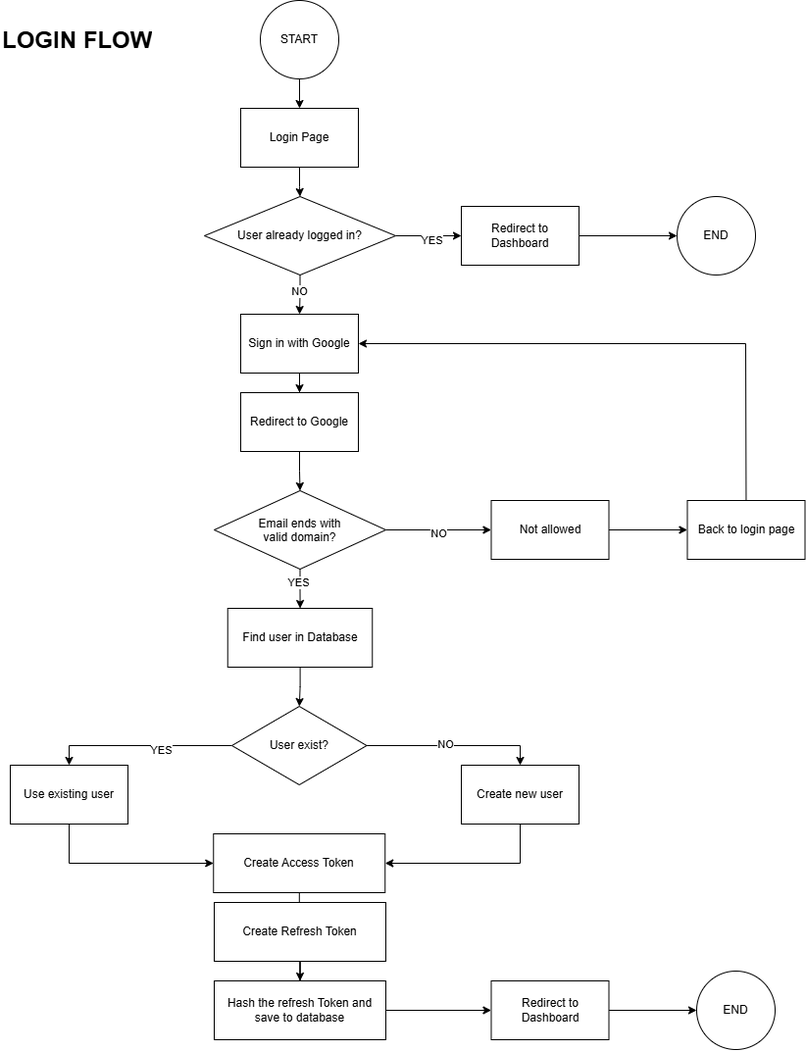
The draw.io diagram backup/DIAGRAMS/student_requests_diagram.drawio.png in gabyel-dev/student-request-system, before a commit. Source tidied: cells renumbered, new cells last; positions are measured from the earlier drawing's top-left corner, leaving out a move shared by most shapes. Its diagram source:
```xml
<mxGraphModel>
  <root>
    <mxCell id="0" />
    <mxCell id="1" parent="0" />
    <mxCell id="2" style="edgeStyle=orthogonalEdgeStyle;rounded=0;jettySize=auto;html=1;" parent="1" edge="1" source="3" target="5">
      <mxGeometry relative="1" as="geometry" />
    </mxCell>
    <mxCell id="3" value="&lt;div&gt;&lt;br&gt;&lt;/div&gt;&lt;div&gt;&lt;br&gt;&lt;/div&gt;&lt;div&gt;START&lt;/div&gt;" style="ellipse;whiteSpace=wrap;html=1;shapeInside=1;" parent="1" vertex="1">
      <mxGeometry x="265" width="80" height="80" as="geometry" />
    </mxCell>
    <mxCell id="4" style="edgeStyle=orthogonalEdgeStyle;rounded=0;jettySize=auto;html=1;" parent="1" edge="1" source="5" target="10">
      <mxGeometry relative="1" as="geometry" />
    </mxCell>
    <mxCell id="5" value="Login Page" style="whiteSpace=wrap;html=1;" parent="1" vertex="1">
      <mxGeometry x="245" y="110" width="120" height="60" as="geometry" />
    </mxCell>
    <mxCell id="6" style="edgeStyle=orthogonalEdgeStyle;rounded=0;jettySize=auto;html=1;" parent="1" edge="1" source="10" target="12">
      <mxGeometry relative="1" as="geometry" />
    </mxCell>
    <mxCell id="7" value="YES" style="edgeLabel;html=1;align=center;verticalAlign=middle;" parent="6" vertex="1">
      <mxGeometry x="0.07" y="-4" relative="1" as="geometry" />
    </mxCell>
    <mxCell id="8" style="edgeStyle=orthogonalEdgeStyle;rounded=0;jettySize=auto;html=1;" parent="1" edge="1" source="10" target="14">
      <mxGeometry relative="1" as="geometry" />
    </mxCell>
    <mxCell id="9" value="NO" style="edgeLabel;html=1;align=center;verticalAlign=middle;" parent="8" vertex="1">
      <mxGeometry x="-0.21" y="-1" relative="1" as="geometry" />
    </mxCell>
    <mxCell id="10" value="&lt;div&gt;&lt;br&gt;&lt;/div&gt;&lt;div&gt;&lt;br&gt;&lt;/div&gt;&lt;div&gt;User already logged in?&lt;/div&gt;" style="rhombus;whiteSpace=wrap;html=1;shapeInside=1;" parent="1" vertex="1">
      <mxGeometry x="208" y="200" width="195" height="80" as="geometry" />
    </mxCell>
    <mxCell id="11" style="edgeStyle=orthogonalEdgeStyle;rounded=0;jettySize=auto;html=1;" parent="1" edge="1" source="12" target="17">
      <mxGeometry relative="1" as="geometry" />
    </mxCell>
    <mxCell id="12" value="Redirect to Dashboard" style="whiteSpace=wrap;html=1;" parent="1" vertex="1">
      <mxGeometry x="470" y="210" width="120" height="60" as="geometry" />
    </mxCell>
    <mxCell id="13" style="edgeStyle=orthogonalEdgeStyle;rounded=0;jettySize=auto;html=1;" parent="1" edge="1" source="14" target="16">
      <mxGeometry relative="1" as="geometry" />
    </mxCell>
    <mxCell id="14" value="Sign in with Google" style="whiteSpace=wrap;html=1;" parent="1" vertex="1">
      <mxGeometry x="245" y="320" width="120" height="60" as="geometry" />
    </mxCell>
    <mxCell id="15" style="edgeStyle=orthogonalEdgeStyle;rounded=0;jettySize=auto;html=1;" parent="1" edge="1" source="16" target="22">
      <mxGeometry relative="1" as="geometry" />
    </mxCell>
    <mxCell id="16" value="Redirect to Google" style="whiteSpace=wrap;html=1;" parent="1" vertex="1">
      <mxGeometry x="245" y="400" width="120" height="60" as="geometry" />
    </mxCell>
    <mxCell id="17" value="&lt;div&gt;&lt;br&gt;&lt;/div&gt;&lt;div&gt;&lt;br&gt;&lt;/div&gt;&lt;div&gt;END&lt;/div&gt;" style="ellipse;whiteSpace=wrap;html=1;shapeInside=1;" parent="1" vertex="1">
      <mxGeometry x="690" y="200" width="80" height="80" as="geometry" />
    </mxCell>
    <mxCell id="18" style="edgeStyle=orthogonalEdgeStyle;rounded=0;jettySize=auto;html=1;" parent="1" edge="1" source="22" target="24">
      <mxGeometry relative="1" as="geometry" />
    </mxCell>
    <mxCell id="19" value="NO" style="edgeLabel;html=1;align=center;verticalAlign=middle;" parent="18" vertex="1">
      <mxGeometry x="-0.01" y="-3" relative="1" as="geometry" />
    </mxCell>
    <mxCell id="20" style="edgeStyle=orthogonalEdgeStyle;rounded=0;jettySize=auto;html=1;" parent="1" edge="1" source="22" target="28">
      <mxGeometry relative="1" as="geometry" />
    </mxCell>
    <mxCell id="21" value="YES" style="edgeLabel;html=1;align=center;verticalAlign=middle;" parent="20" vertex="1">
      <mxGeometry x="-0.33" y="-2" relative="1" as="geometry" />
    </mxCell>
    <mxCell id="22" value="Email ends with valid domain?" style="rhombus;whiteSpace=wrap;html=1;shapeInside=1;" parent="1" vertex="1">
      <mxGeometry x="218" y="500" width="175" height="80" as="geometry" />
    </mxCell>
    <mxCell id="23" style="edgeStyle=orthogonalEdgeStyle;rounded=0;jettySize=auto;html=1;" parent="1" edge="1" source="24" target="26">
      <mxGeometry relative="1" as="geometry" />
    </mxCell>
    <mxCell id="24" value="Not allowed" style="whiteSpace=wrap;html=1;" parent="1" vertex="1">
      <mxGeometry x="500.5" y="510" width="120" height="60" as="geometry" />
    </mxCell>
    <mxCell id="25" style="edgeStyle=orthogonalEdgeStyle;rounded=0;jettySize=auto;html=1;entryX=1;entryY=0.5;entryDx=0;entryDy=0;exitX=0.5;exitY=0;exitDx=0;exitDy=0;" parent="1" edge="1" source="26" target="14">
      <mxGeometry relative="1" as="geometry">
        <Array as="points">
          <mxPoint x="760.5" y="525" />
          <mxPoint x="760" y="350" />
        </Array>
      </mxGeometry>
    </mxCell>
    <mxCell id="26" value="Back to login page" style="whiteSpace=wrap;html=1;" parent="1" vertex="1">
      <mxGeometry x="700.5" y="510" width="120" height="60" as="geometry" />
    </mxCell>
    <mxCell id="27" style="edgeStyle=orthogonalEdgeStyle;rounded=0;jettySize=auto;html=1;" parent="1" edge="1" source="28" target="33">
      <mxGeometry relative="1" as="geometry" />
    </mxCell>
    <mxCell id="28" value="Find user in Database" style="whiteSpace=wrap;html=1;" parent="1" vertex="1">
      <mxGeometry x="231.8" y="620" width="147.5" height="60" as="geometry" />
    </mxCell>
    <mxCell id="29" style="edgeStyle=orthogonalEdgeStyle;rounded=0;jettySize=auto;html=1;entryX=0.5;entryY=0;entryDx=0;entryDy=0;" parent="1" edge="1" source="33" target="35">
      <mxGeometry relative="1" as="geometry" />
    </mxCell>
    <mxCell id="30" value="YES" style="edgeLabel;html=1;align=center;verticalAlign=middle;" parent="29" vertex="1">
      <mxGeometry x="-0.22" y="4" relative="1" as="geometry" />
    </mxCell>
    <mxCell id="31" style="edgeStyle=orthogonalEdgeStyle;rounded=0;jettySize=auto;html=1;entryX=0.5;entryY=0;entryDx=0;entryDy=0;" parent="1" edge="1" source="33" target="37">
      <mxGeometry relative="1" as="geometry" />
    </mxCell>
    <mxCell id="32" value="NO" style="edgeLabel;html=1;align=center;verticalAlign=middle;" parent="31" vertex="1">
      <mxGeometry x="-0.1" y="2" relative="1" as="geometry">
        <mxPoint x="1" as="offset" />
      </mxGeometry>
    </mxCell>
    <mxCell id="33" value="&lt;div&gt;&lt;br&gt;&lt;/div&gt;&lt;div&gt;&lt;br&gt;&lt;/div&gt;&lt;div&gt;User exist?&lt;/div&gt;" style="rhombus;whiteSpace=wrap;html=1;shapeInside=1;" parent="1" vertex="1">
      <mxGeometry x="236" y="720" width="137.5" height="80" as="geometry" />
    </mxCell>
    <mxCell id="34" style="edgeStyle=orthogonalEdgeStyle;rounded=0;jettySize=auto;html=1;entryX=0;entryY=0.5;entryDx=0;entryDy=0;exitX=0.5;exitY=1;exitDx=0;exitDy=0;" parent="1" edge="1" source="35" target="39">
      <mxGeometry relative="1" as="geometry" />
    </mxCell>
    <mxCell id="35" value="Use existing user" style="whiteSpace=wrap;html=1;" parent="1" vertex="1">
      <mxGeometry x="10" y="780" width="120" height="60" as="geometry" />
    </mxCell>
    <mxCell id="36" style="edgeStyle=orthogonalEdgeStyle;rounded=0;jettySize=auto;html=1;entryX=1;entryY=0.5;entryDx=0;entryDy=0;exitX=0.5;exitY=1;exitDx=0;exitDy=0;" parent="1" edge="1" source="37" target="39">
      <mxGeometry relative="1" as="geometry" />
    </mxCell>
    <mxCell id="37" value="Create new user" style="whiteSpace=wrap;html=1;" parent="1" vertex="1">
      <mxGeometry x="470" y="780" width="120" height="60" as="geometry" />
    </mxCell>
    <mxCell id="38" style="edgeStyle=orthogonalEdgeStyle;rounded=0;jettySize=auto;html=1;" parent="1" edge="1" source="39" target="41">
      <mxGeometry relative="1" as="geometry" />
    </mxCell>
    <mxCell id="39" value="Create Access Token" style="rounded=0;whiteSpace=wrap;html=1;" parent="1" vertex="1">
      <mxGeometry x="217.2" y="850" width="175" height="60" as="geometry" />
    </mxCell>
    <mxCell id="40" style="edgeStyle=orthogonalEdgeStyle;rounded=0;jettySize=auto;html=1;" parent="1" edge="1" source="41" target="43">
      <mxGeometry relative="1" as="geometry" />
    </mxCell>
    <mxCell id="41" value="Create Refresh Token" style="rounded=0;whiteSpace=wrap;html=1;" parent="1" vertex="1">
      <mxGeometry x="218" y="920" width="175" height="60" as="geometry" />
    </mxCell>
    <mxCell id="42" style="edgeStyle=orthogonalEdgeStyle;rounded=0;jettySize=auto;html=1;" parent="1" edge="1" source="43" target="45">
      <mxGeometry relative="1" as="geometry" />
    </mxCell>
    <mxCell id="43" value="Hash the refresh Token and save to database" style="whiteSpace=wrap;html=1;rounded=0;" parent="1" vertex="1">
      <mxGeometry x="218" y="1000" width="175" height="60" as="geometry" />
    </mxCell>
    <mxCell id="44" style="edgeStyle=orthogonalEdgeStyle;rounded=0;jettySize=auto;html=1;" parent="1" edge="1" source="45" target="46">
      <mxGeometry relative="1" as="geometry" />
    </mxCell>
    <mxCell id="45" value="Redirect to Dashboard" style="whiteSpace=wrap;html=1;rounded=0;" parent="1" vertex="1">
      <mxGeometry x="500.5" y="1000" width="120" height="60" as="geometry" />
    </mxCell>
    <mxCell id="46" value="&lt;div&gt;&lt;br&gt;&lt;/div&gt;&lt;div&gt;&lt;br&gt;&lt;/div&gt;&lt;div&gt;END&lt;/div&gt;" style="ellipse;whiteSpace=wrap;html=1;shapeInside=1;rounded=0;" parent="1" vertex="1">
      <mxGeometry x="710" y="990" width="80" height="80" as="geometry" />
    </mxCell>
    <mxCell id="47" value="&lt;h1 style=&quot;margin-top: 0px;&quot;&gt;LOGIN FLOW&lt;/h1&gt;" style="text;html=1;whiteSpace=wrap;overflow=hidden;rounded=0;" parent="1" vertex="1">
      <mxGeometry y="20" width="180" height="120" as="geometry" />
    </mxCell>
  </root>
</mxGraphModel>
```
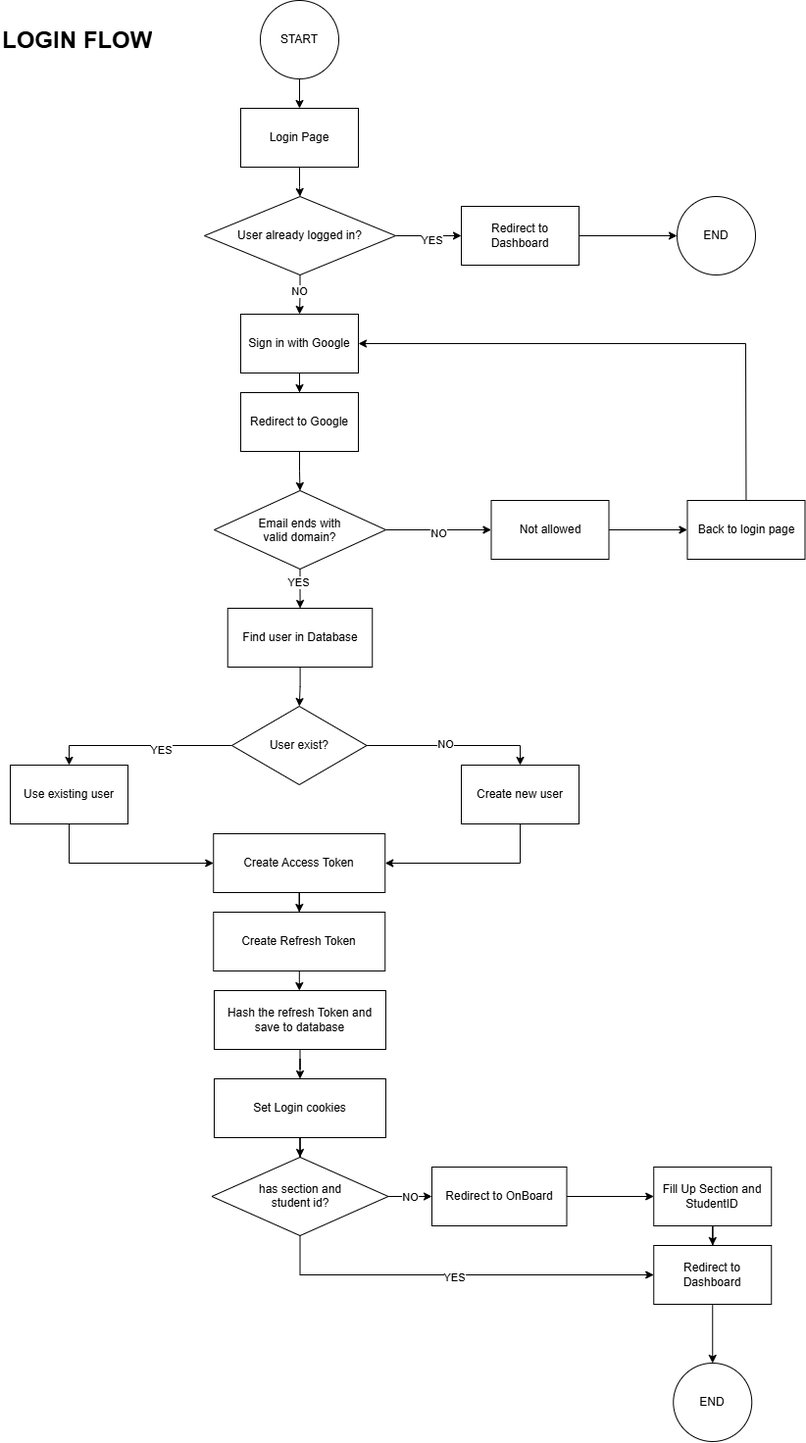
The same diagram one commit later.

Change to the diagram source:
```diff
@@ -127,25 +127,58 @@
       <mxGeometry relative="1" as="geometry" />
     </mxCell>
     <mxCell id="41" value="Create Refresh Token" style="rounded=0;whiteSpace=wrap;html=1;" parent="1" vertex="1">
-      <mxGeometry x="218" y="920" width="175" height="60" as="geometry" />
+      <mxGeometry x="217.2" y="930" width="175" height="60" as="geometry" />
     </mxCell>
-    <mxCell id="42" style="edgeStyle=orthogonalEdgeStyle;rounded=0;jettySize=auto;html=1;" parent="1" edge="1" source="43" target="45">
-      <mxGeometry relative="1" as="geometry" />
-    </mxCell>
+    <mxCell id="48" style="edgeStyle=orthogonalEdgeStyle;rounded=0;jettySize=auto;html=1;" parent="1" edge="1" source="43" target="50">
+      <mxGeometry relative="1" as="geometry" />
+    </mxCell>
     <mxCell id="43" value="Hash the refresh Token and save to database" style="whiteSpace=wrap;html=1;rounded=0;" parent="1" vertex="1">
-      <mxGeometry x="218" y="1000" width="175" height="60" as="geometry" />
+      <mxGeometry x="218" y="1010" width="175" height="60" as="geometry" />
     </mxCell>
-    <mxCell id="44" style="edgeStyle=orthogonalEdgeStyle;rounded=0;jettySize=auto;html=1;" parent="1" edge="1" source="45" target="46">
-      <mxGeometry relative="1" as="geometry" />
-    </mxCell>
     <mxCell id="45" value="Redirect to Dashboard" style="whiteSpace=wrap;html=1;rounded=0;" parent="1" vertex="1">
-      <mxGeometry x="500.5" y="1000" width="120" height="60" as="geometry" />
+      <mxGeometry x="666.2" y="1270" width="120" height="60" as="geometry" />
     </mxCell>
     <mxCell id="46" value="&lt;div&gt;&lt;br&gt;&lt;/div&gt;&lt;div&gt;&lt;br&gt;&lt;/div&gt;&lt;div&gt;END&lt;/div&gt;" style="ellipse;whiteSpace=wrap;html=1;shapeInside=1;rounded=0;" parent="1" vertex="1">
-      <mxGeometry x="710" y="990" width="80" height="80" as="geometry" />
+      <mxGeometry x="686.2" y="1390" width="80" height="80" as="geometry" />
     </mxCell>
     <mxCell id="47" value="&lt;h1 style=&quot;margin-top: 0px;&quot;&gt;LOGIN FLOW&lt;/h1&gt;" style="text;html=1;whiteSpace=wrap;overflow=hidden;rounded=0;" parent="1" vertex="1">
       <mxGeometry y="20" width="180" height="120" as="geometry" />
     </mxCell>
+    <mxCell id="49" style="edgeStyle=orthogonalEdgeStyle;rounded=0;jettySize=auto;html=1;" parent="1" edge="1" source="50" target="55">
+      <mxGeometry relative="1" as="geometry" />
+    </mxCell>
+    <mxCell id="50" value="Set Login cookies" style="whiteSpace=wrap;html=1;rounded=0;" parent="1" vertex="1">
+      <mxGeometry x="218" y="1100" width="175" height="60" as="geometry" />
+    </mxCell>
+    <mxCell id="44" style="edgeStyle=orthogonalEdgeStyle;rounded=0;jettySize=auto;html=1;exitX=0.5;exitY=1;exitDx=0;exitDy=0;" parent="1" edge="1" source="45" target="46">
+      <mxGeometry relative="1" as="geometry" />
+    </mxCell>
+    <mxCell id="51" style="edgeStyle=orthogonalEdgeStyle;rounded=0;jettySize=auto;html=1;" parent="1" edge="1" source="55" target="57">
+      <mxGeometry relative="1" as="geometry" />
+    </mxCell>
+    <mxCell id="52" value="NO" style="edgeLabel;html=1;align=center;verticalAlign=middle;" parent="51" vertex="1">
+      <mxGeometry x="-0.03" relative="1" as="geometry" />
+    </mxCell>
+    <mxCell id="53" style="edgeStyle=orthogonalEdgeStyle;rounded=0;jettySize=auto;html=1;entryX=0;entryY=0.5;entryDx=0;entryDy=0;exitX=0.5;exitY=1;exitDx=0;exitDy=0;" parent="1" edge="1" source="55" target="45">
+      <mxGeometry relative="1" as="geometry" />
+    </mxCell>
+    <mxCell id="54" value="YES" style="edgeLabel;html=1;align=center;verticalAlign=middle;" parent="53" vertex="1">
+      <mxGeometry x="-0.02" y="-2" relative="1" as="geometry" />
+    </mxCell>
+    <mxCell id="55" value="&lt;div&gt;&lt;br&gt;&lt;/div&gt;&lt;div&gt;has section and student id?&lt;/div&gt;" style="rhombus;whiteSpace=wrap;html=1;shapeInside=1;rounded=0;" parent="1" vertex="1">
+      <mxGeometry x="215.5" y="1180" width="180" height="80" as="geometry" />
+    </mxCell>
+    <mxCell id="56" style="edgeStyle=orthogonalEdgeStyle;rounded=0;jettySize=auto;html=1;" parent="1" edge="1" source="57" target="59">
+      <mxGeometry relative="1" as="geometry" />
+    </mxCell>
+    <mxCell id="57" value="Redirect to OnBoard" style="whiteSpace=wrap;html=1;rounded=0;" parent="1" vertex="1">
+      <mxGeometry x="440" y="1190" width="137.5" height="60" as="geometry" />
+    </mxCell>
+    <mxCell id="58" style="edgeStyle=orthogonalEdgeStyle;rounded=0;jettySize=auto;html=1;" parent="1" edge="1" source="59" target="45">
+      <mxGeometry relative="1" as="geometry" />
+    </mxCell>
+    <mxCell id="59" value="Fill Up Section and StudentID" style="whiteSpace=wrap;html=1;rounded=0;" parent="1" vertex="1">
+      <mxGeometry x="666.2" y="1190" width="120" height="60" as="geometry" />
+    </mxCell>
   </root>
 </mxGraphModel>
```
